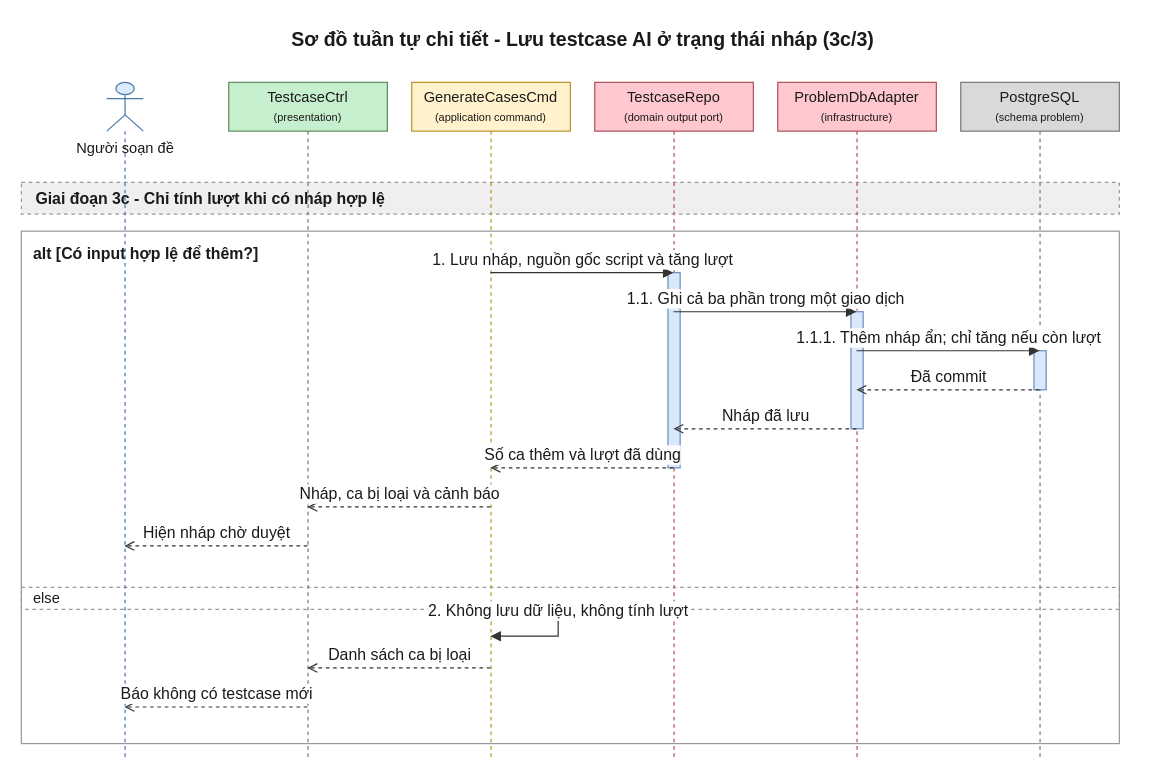
Earlier version of the draw.io diagram 08-diagram/sequence/shared/sequence_shared_quan_ly_testcase_p3c.drawio (daiphu1801/PRJ_ALGOPREP). Source tidied: cells renumbered, new cells numbered last; positions are measured from the earlier drawing's top-left corner, leaving out a move shared by most shapes. Both pictures are drawn from the tidied source at 122%, with x=0, y=0 at pixel (21, 21).
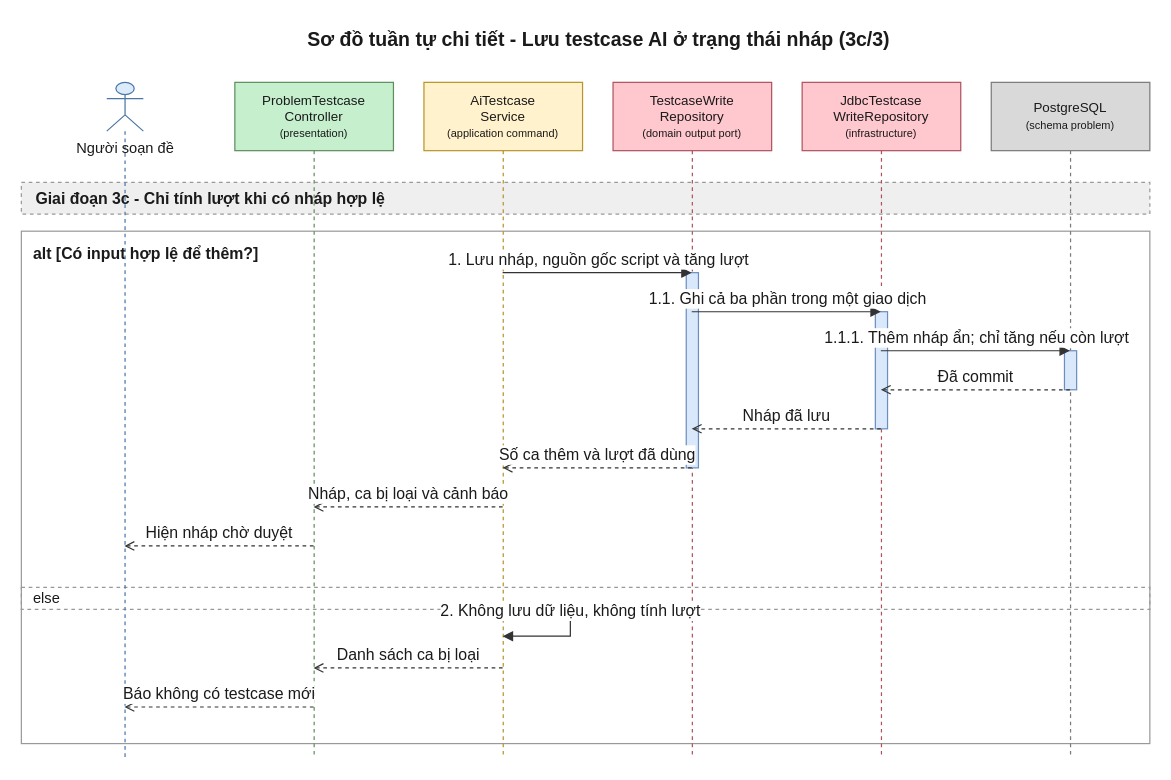
The same diagram, later.

What changed in the source:
```diff
@@
     <mxCell id="2" value="Sơ đồ tuần tự chi tiết - Lưu testcase AI ở trạng thái nháp (3c/3)" style="text;html=1;fontSize=16;fontStyle=1;align=center;verticalAlign=middle;fontColor=#1A1A1A;" parent="1" vertex="1">
-      <mxGeometry x="20" width="880" height="30" as="geometry" />
+      <mxGeometry x="20" width="905" height="30" as="geometry" />
     </mxCell>
     <mxCell id="3" value="alt [Có input hợp lệ để thêm?]" style="algoprep=alt;rounded=0;whiteSpace=wrap;html=1;fillColor=none;strokeColor=#999999;verticalAlign=top;align=left;spacingLeft=8;spacingTop=4;fontColor=#1A1A1A;fontSize=13;fontStyle=1;dashed=0;" parent="1" vertex="1">
-      <mxGeometry y="172" width="900" height="420" as="geometry" />
+      <mxGeometry y="172" width="925" height="420" as="geometry" />
     </mxCell>
     <mxCell id="4" value="else" style="text;html=1;dashed=1;strokeColor=#999999;fillColor=none;align=left;verticalAlign=middle;spacingLeft=8;fontColor=#1A1A1A;fontSize=12;" parent="1" vertex="1">
-      <mxGeometry y="464" width="900" height="18" as="geometry" />
+      <mxGeometry y="464" width="925" height="18" as="geometry" />
     </mxCell>
     <mxCell id="5" value="Giai đoạn 3c - Chỉ tính lượt khi có nháp hợp lệ" style="algoprep=phase;rounded=0;whiteSpace=wrap;html=1;fillColor=#EFEFEF;strokeColor=#999999;dashed=1;align=left;verticalAlign=middle;spacingLeft=10;fontColor=#1A1A1A;fontSize=13;fontStyle=1;" parent="1" vertex="1">
-      <mxGeometry y="132" width="900" height="26" as="geometry" />
+      <mxGeometry y="132" width="925" height="26" as="geometry" />
     </mxCell>
@@
-    <mxCell id="7" value="TestcaseCtrl&lt;br&gt;&lt;font style=&quot;font-size:9px&quot;&gt;(presentation)&lt;/font&gt;" style="shape=umlLifeline;perimeter=lifelinePerimeter;whiteSpace=wrap;html=1;outlineConnect=0;size=40;fillColor=#C6EFCE;strokeColor=#5E8E5E;fontColor=#1A1A1A;" parent="1" vertex="1">
-      <mxGeometry x="170" y="50" width="130" height="554" as="geometry" />
+    <mxCell id="7" value="ProblemTestcase&lt;br&gt;Controller&lt;br&gt;&lt;font style=&quot;font-size:9px&quot;&gt;(presentation)&lt;/font&gt;" style="shape=umlLifeline;perimeter=lifelinePerimeter;whiteSpace=wrap;html=1;outlineConnect=0;size=56;fontSize=11;fillColor=#C6EFCE;strokeColor=#5E8E5E;fontColor=#1A1A1A;" parent="1" vertex="1">
+      <mxGeometry x="175" y="50" width="130" height="554" as="geometry" />
     </mxCell>
-    <mxCell id="8" value="GenerateCasesCmd&lt;br&gt;&lt;font style=&quot;font-size:9px&quot;&gt;(application command)&lt;/font&gt;" style="shape=umlLifeline;perimeter=lifelinePerimeter;whiteSpace=wrap;html=1;outlineConnect=0;size=40;fillColor=#FFF2CC;strokeColor=#B8952A;fontColor=#1A1A1A;" parent="1" vertex="1">
-      <mxGeometry x="320" y="50" width="130" height="554" as="geometry" />
+    <mxCell id="8" value="AiTestcase&lt;br&gt;Service&lt;br&gt;&lt;font style=&quot;font-size:9px&quot;&gt;(application command)&lt;/font&gt;" style="shape=umlLifeline;perimeter=lifelinePerimeter;whiteSpace=wrap;html=1;outlineConnect=0;size=56;fontSize=11;fillColor=#FFF2CC;strokeColor=#B8952A;fontColor=#1A1A1A;" parent="1" vertex="1">
+      <mxGeometry x="330" y="50" width="130" height="554" as="geometry" />
     </mxCell>
-    <mxCell id="9" value="TestcaseRepo&lt;br&gt;&lt;font style=&quot;font-size:9px&quot;&gt;(domain output port)&lt;/font&gt;" style="shape=umlLifeline;perimeter=lifelinePerimeter;whiteSpace=wrap;html=1;outlineConnect=0;size=40;fillColor=#FFC7CE;strokeColor=#B0525E;fontColor=#1A1A1A;" parent="1" vertex="1">
-      <mxGeometry x="470" y="50" width="130" height="554" as="geometry" />
+    <mxCell id="9" value="TestcaseWrite&lt;br&gt;Repository&lt;br&gt;&lt;font style=&quot;font-size:9px&quot;&gt;(domain output port)&lt;/font&gt;" style="shape=umlLifeline;perimeter=lifelinePerimeter;whiteSpace=wrap;html=1;outlineConnect=0;size=56;fontSize=11;fillColor=#FFC7CE;strokeColor=#B0525E;fontColor=#1A1A1A;" parent="1" vertex="1">
+      <mxGeometry x="485" y="50" width="130" height="554" as="geometry" />
     </mxCell>
-    <mxCell id="10" value="ProblemDbAdapter&lt;br&gt;&lt;font style=&quot;font-size:9px&quot;&gt;(infrastructure)&lt;/font&gt;" style="shape=umlLifeline;perimeter=lifelinePerimeter;whiteSpace=wrap;html=1;outlineConnect=0;size=40;fillColor=#FFC7CE;strokeColor=#B0525E;fontColor=#1A1A1A;" parent="1" vertex="1">
-      <mxGeometry x="620" y="50" width="130" height="554" as="geometry" />
+    <mxCell id="10" value="JdbcTestcase&lt;br&gt;WriteRepository&lt;br&gt;&lt;font style=&quot;font-size:9px&quot;&gt;(infrastructure)&lt;/font&gt;" style="shape=umlLifeline;perimeter=lifelinePerimeter;whiteSpace=wrap;html=1;outlineConnect=0;size=56;fontSize=11;fillColor=#FFC7CE;strokeColor=#B0525E;fontColor=#1A1A1A;" parent="1" vertex="1">
+      <mxGeometry x="640" y="50" width="130" height="554" as="geometry" />
     </mxCell>
-    <mxCell id="11" value="PostgreSQL&lt;br&gt;&lt;font style=&quot;font-size:9px&quot;&gt;(schema problem)&lt;/font&gt;" style="shape=umlLifeline;perimeter=lifelinePerimeter;whiteSpace=wrap;html=1;outlineConnect=0;size=40;fillColor=#D9D9D9;strokeColor=#7A7A7A;fontColor=#1A1A1A;" parent="1" vertex="1">
-      <mxGeometry x="770" y="50" width="130" height="554" as="geometry" />
+    <mxCell id="11" value="PostgreSQL&lt;br&gt;&lt;font style=&quot;font-size:9px&quot;&gt;(schema problem)&lt;/font&gt;" style="shape=umlLifeline;perimeter=lifelinePerimeter;whiteSpace=wrap;html=1;outlineConnect=0;size=56;fontSize=11;fillColor=#D9D9D9;strokeColor=#7A7A7A;fontColor=#1A1A1A;" parent="1" vertex="1">
+      <mxGeometry x="795" y="50" width="130" height="554" as="geometry" />
     </mxCell>
@@
     <mxCell id="23" value="2. Không lưu dữ liệu, không tính lượt" style="edgeStyle=orthogonalEdgeStyle;rounded=0;html=1;endArrow=block;endFill=1;strokeColor=#333333;fontColor=#1A1A1A;fontSize=13;verticalAlign=bottom;exitX=0.5;exitY=0.7834;exitDx=0;exitDy=0;entryX=0.5;entryY=0.8195;entryDx=0;entryDy=0;" parent="1" edge="1" source="8" target="8">
       <mxGeometry relative="1" as="geometry">
         <Array as="points">
-          <mxPoint x="440" y="484" />
-          <mxPoint x="440" y="504" />
+          <mxPoint x="450" y="484" />
+          <mxPoint x="450" y="504" />
         </Array>
       </mxGeometry>
     </mxCell>
```
